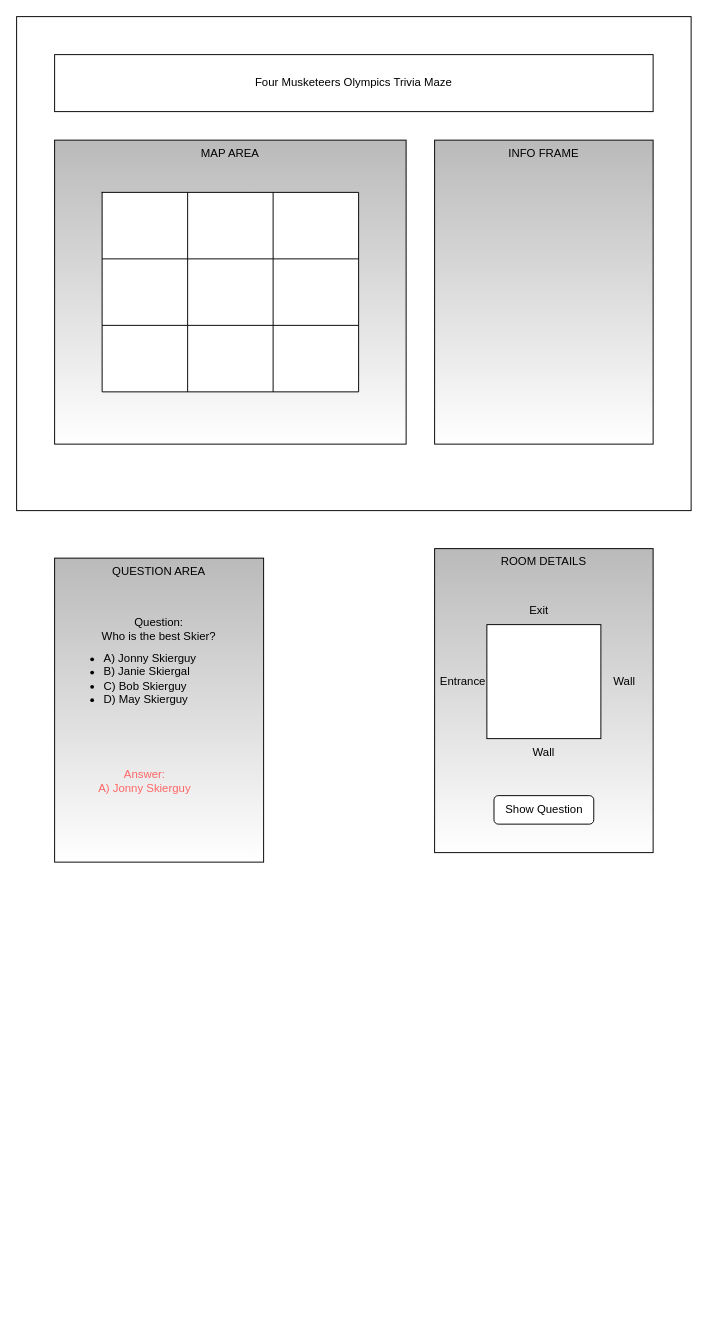
Before: four_musketeers_ui_wireframe.drawio in michaelweinberg/four_musketeers_trivia_maze, a draw.io diagram. Source tidied: cells renumbered, new cells numbered last; positions are measured from the earlier drawing's top-left corner, leaving out a move shared by most shapes. Both pictures are drawn from the tidied source at 95%, with x=0, y=0 at pixel (16, 16).
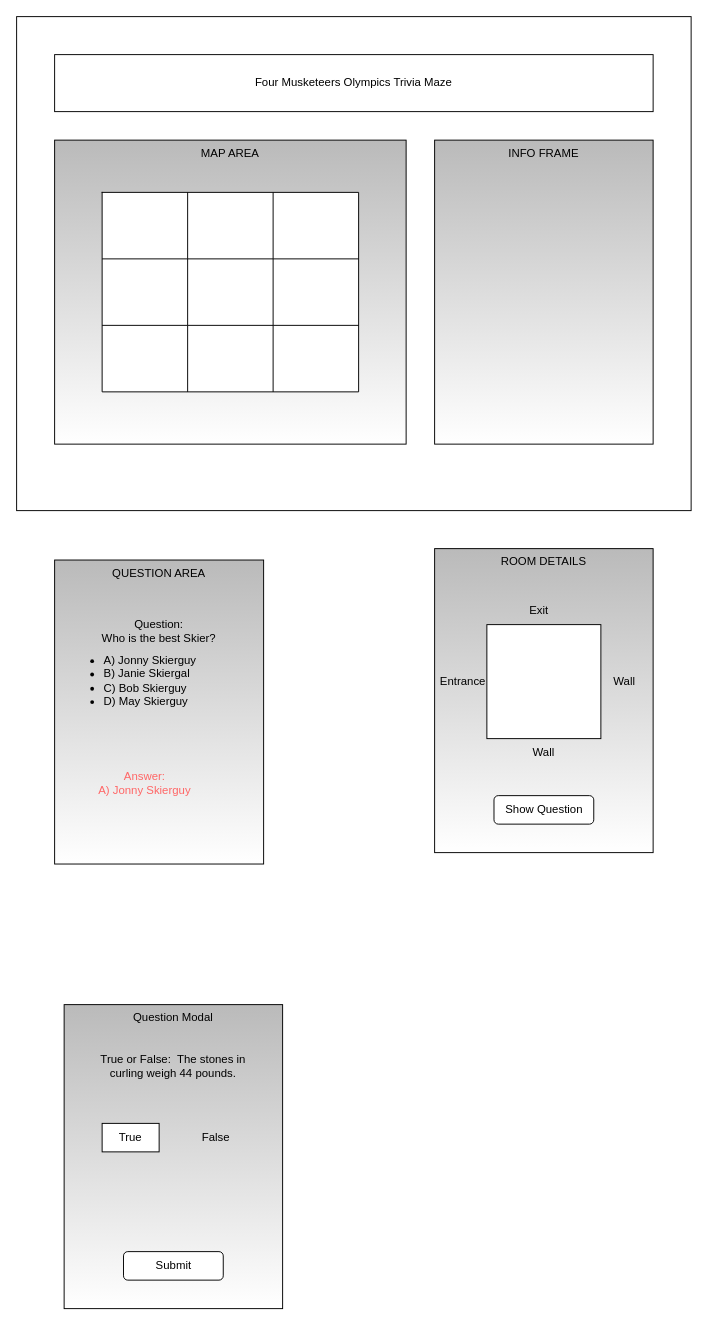
The same page after the edit.

Commit message (it also covers changes not shown here):
adding true/false modal to design - started view code

Diff of the diagram source:
```diff
@@
     <mxCell id="18" style="group;" parent="1" vertex="1">
-      <mxGeometry x="40" y="570" width="220" height="320" as="geometry" />
+      <mxGeometry x="40" y="572" width="220" height="320" as="geometry" />
     </mxCell>
@@
+    <mxCell id="32" style="group;shadow=0;" parent="1" vertex="1">
+      <mxGeometry x="50" y="1040" width="230" height="320" as="geometry" />
+    </mxCell>
+    <mxCell id="33" value="Question Modal" style="rounded=0;whiteSpace=wrap;html=1;fontColor=#000;fillColor=#bababa;gradientColor=#ffffff;verticalAlign=top;" parent="32" vertex="1">
+      <mxGeometry width="230" height="320" as="geometry" />
+    </mxCell>
+    <mxCell id="34" value="True or False:&amp;nbsp; The stones in curling weigh 44 pounds." style="text;html=1;strokeColor=none;fillColor=none;align=center;verticalAlign=middle;whiteSpace=wrap;rounded=0;fontColor=#000;" parent="32" vertex="1">
+      <mxGeometry x="30" y="50" width="170" height="30" as="geometry" />
+    </mxCell>
+    <mxCell id="35" style="rounded=0;whiteSpace=wrap;html=1;shadow=0;" parent="32" vertex="1">
+      <mxGeometry x="40" y="125" width="60" height="30" as="geometry" />
+    </mxCell>
+    <mxCell id="36" value="True" style="text;html=1;align=center;verticalAlign=middle;whiteSpace=wrap;rounded=0;" parent="32" vertex="1">
+      <mxGeometry x="40" y="125" width="60" height="30" as="geometry" />
+    </mxCell>
+    <mxCell id="37" value="False" style="text;html=1;strokeColor=none;fillColor=none;align=center;verticalAlign=middle;whiteSpace=wrap;rounded=0;fontColor=#000;" parent="32" vertex="1">
+      <mxGeometry x="130" y="125" width="60" height="30" as="geometry" />
+    </mxCell>
+    <mxCell id="38" value="Submit" style="rounded=1;whiteSpace=wrap;html=1;fontColor=#000;fillColor=#ffff;gradientColor=none;" parent="32" vertex="1">
+      <mxGeometry x="62.5" y="260" width="105" height="30" as="geometry" />
+    </mxCell>
```
